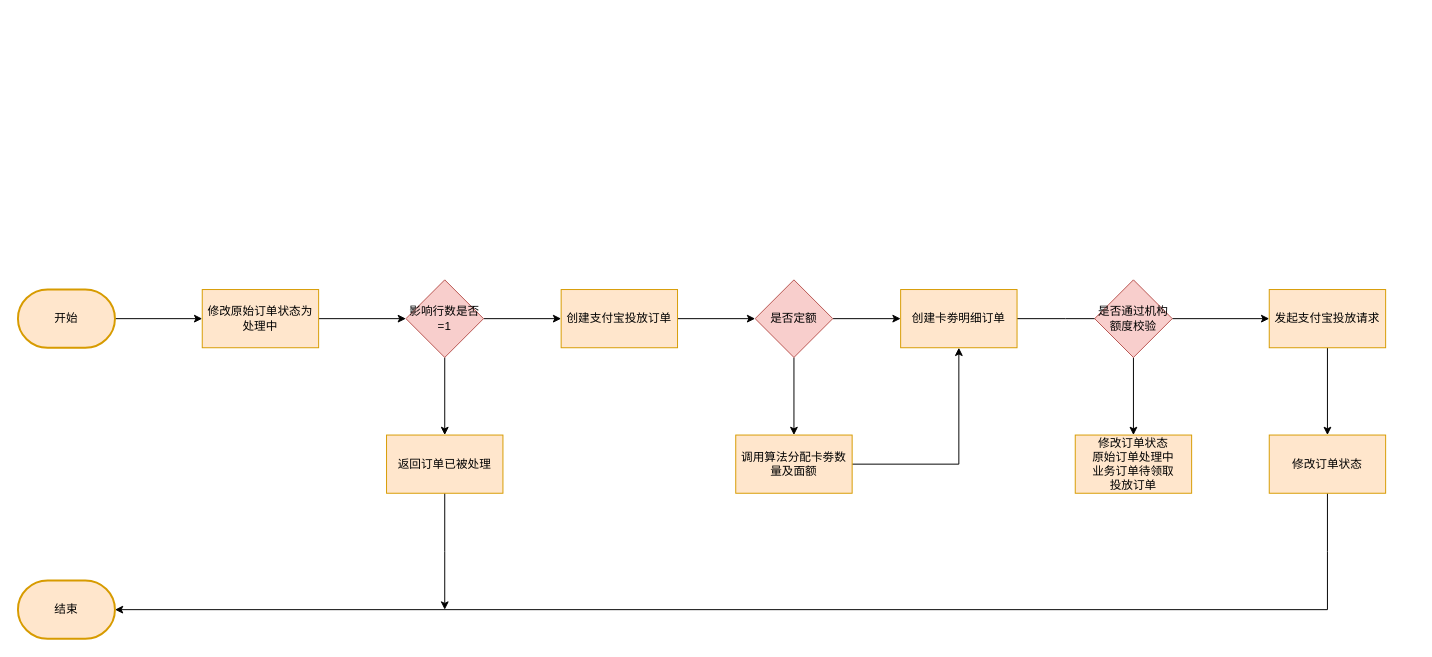
Earlier version of the draw.io diagram 支付宝投放流程.drawio (Jie33/draw). Source tidied: cells renumbered, new cells numbered last; positions are measured from the earlier drawing's top-left corner, leaving out a move shared by most shapes. Both pictures are drawn from the tidied source at 97%, with x=0, y=0 at pixel (17, 279).
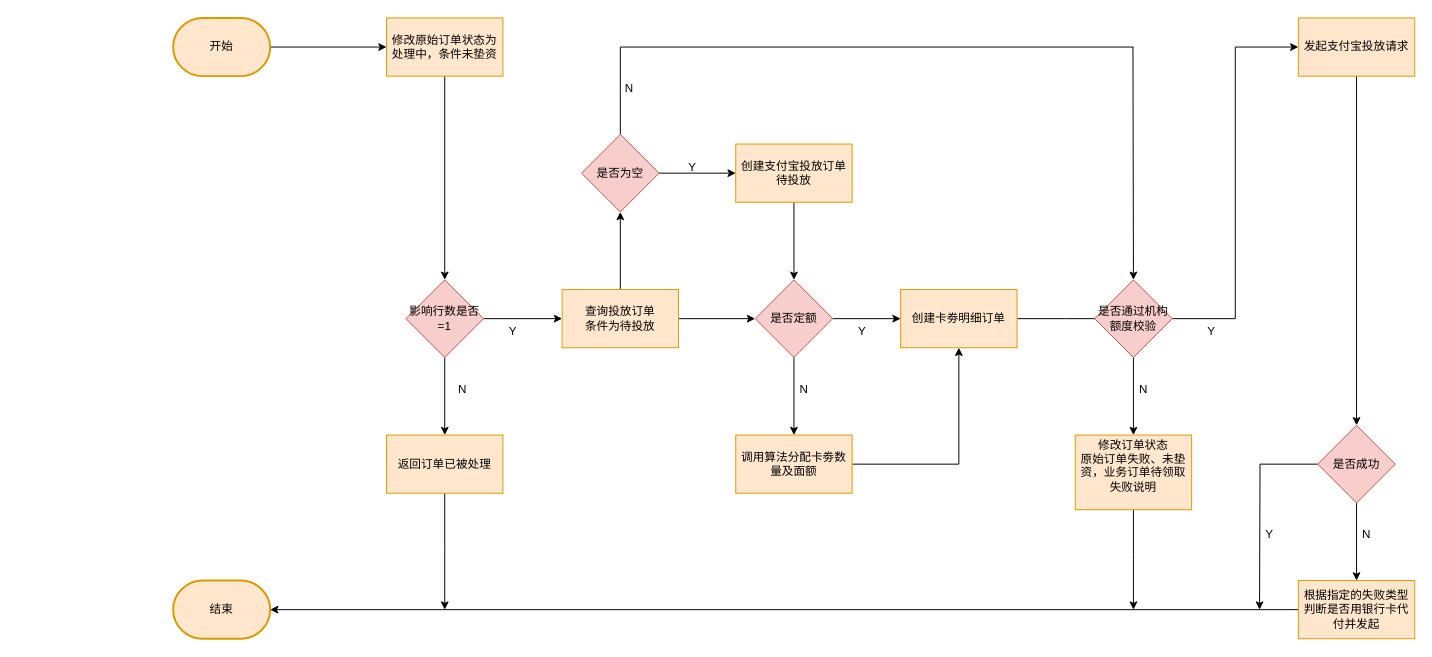
After the change.

Commit message (it also covers changes not shown here):
更新支付宝投放流程.drawio

Unchanged cells that the change refers to:
```xml
<mxCell id="10" value="是否定额" style="rhombus;whiteSpace=wrap;html=1;fillColor=#f8cecc;strokeColor=#b85450;" parent="1" vertex="1">
  <mxGeometry x="760" width="80" height="80" as="geometry" />
</mxCell>
<mxCell id="16" value="是否通过机构额度校验" style="rhombus;whiteSpace=wrap;html=1;fillColor=#f8cecc;strokeColor=#b85450;" parent="1" vertex="1">
  <mxGeometry x="1110" width="80" height="80" as="geometry" />
</mxCell>
<mxCell id="26" value="影响行数是否=1" style="rhombus;whiteSpace=wrap;html=1;fillColor=#f8cecc;strokeColor=#b85450;" parent="1" vertex="1">
  <mxGeometry x="400" width="80" height="80" as="geometry" />
</mxCell>
<mxCell id="28" value="返回订单已被处理" style="rounded=0;whiteSpace=wrap;html=1;fillColor=#ffe6cc;strokeColor=#d79b00;" parent="1" vertex="1">
  <mxGeometry x="380" y="160" width="120" height="60" as="geometry" />
</mxCell>
```

The edit, as a diff of the source:
```diff
@@
     <mxCell id="3" value="开始" style="strokeWidth=2;html=1;shape=mxgraph.flowchart.terminator;whiteSpace=wrap;fillColor=#ffe6cc;strokeColor=#d79b00;" parent="1" vertex="1">
-      <mxGeometry y="10" width="100" height="60" as="geometry" />
+      <mxGeometry x="160" y="-270" width="100" height="60" as="geometry" />
     </mxCell>
@@
+    <mxCell id="30" style="edgeStyle=orthogonalEdgeStyle;rounded=0;jettySize=auto;html=1;" parent="1" edge="1" source="5" target="37">
+      <mxGeometry relative="1" as="geometry" />
+    </mxCell>
-    <mxCell id="5" value="&lt;div&gt;&lt;div&gt;创建支付宝投放订单&lt;/div&gt;&lt;/div&gt;" style="rounded=0;whiteSpace=wrap;html=1;fillColor=#ffe6cc;strokeColor=#d79b00;" parent="1" vertex="1">
-      <mxGeometry x="560" y="10" width="120" height="60" as="geometry" />
+    <mxCell id="5" value="查询投放订单&lt;div&gt;条件为待投放&lt;/div&gt;" style="rounded=0;whiteSpace=wrap;html=1;fillColor=#ffe6cc;strokeColor=#d79b00;" parent="1" vertex="1">
+      <mxGeometry x="561" y="10" width="120" height="60" as="geometry" />
     </mxCell>
@@
     <mxCell id="13" value="结束" style="strokeWidth=2;html=1;shape=mxgraph.flowchart.terminator;whiteSpace=wrap;fillColor=#ffe6cc;strokeColor=#d79b00;" parent="1" vertex="1">
-      <mxGeometry y="310" width="100" height="60" as="geometry" />
+      <mxGeometry x="160" y="310" width="100" height="60" as="geometry" />
     </mxCell>
+    <mxCell id="15" style="edgeStyle=orthogonalEdgeStyle;rounded=0;jettySize=auto;html=1;" parent="1" edge="1" source="16" target="29">
+      <mxGeometry relative="1" as="geometry" />
+    </mxCell>
-    <mxCell id="14" style="edgeStyle=orthogonalEdgeStyle;rounded=0;jettySize=auto;html=1;" parent="1" edge="1" source="16" target="18">
+    <mxCell id="14" style="edgeStyle=orthogonalEdgeStyle;rounded=0;jettySize=auto;html=1;entryX=0;entryY=0.5;entryDx=0;entryDy=0;" parent="1" edge="1" source="16" target="18">
       <mxGeometry relative="1" as="geometry" />
     </mxCell>
-    <mxCell id="15" style="edgeStyle=orthogonalEdgeStyle;rounded=0;jettySize=auto;html=1;" parent="1" edge="1" source="16" target="29">
-      <mxGeometry relative="1" as="geometry" />
-    </mxCell>
@@
-    <mxCell id="17" style="edgeStyle=orthogonalEdgeStyle;rounded=0;jettySize=auto;html=1;" parent="1" edge="1" source="18" target="20">
-      <mxGeometry relative="1" as="geometry" />
-    </mxCell>
+    <mxCell id="31" style="edgeStyle=orthogonalEdgeStyle;rounded=0;jettySize=auto;html=1;" parent="1" edge="1" source="18" target="46">
+      <mxGeometry relative="1" as="geometry" />
+    </mxCell>
     <mxCell id="18" value="发起支付宝投放请求" style="rounded=0;whiteSpace=wrap;html=1;fillColor=#ffe6cc;strokeColor=#d79b00;" parent="1" vertex="1">
-      <mxGeometry x="1290" y="10" width="120" height="60" as="geometry" />
+      <mxGeometry x="1320" y="-270" width="120" height="60" as="geometry" />
     </mxCell>
-    <mxCell id="19" style="edgeStyle=orthogonalEdgeStyle;rounded=0;jettySize=auto;html=1;endArrow=none;endFill=0;" parent="1" edge="1" source="20">
-      <mxGeometry relative="1" as="geometry">
-        <mxPoint x="1350" y="340" as="targetPoint" />
-      </mxGeometry>
-    </mxCell>
-    <mxCell id="20" value="修改订单状态" style="rounded=0;whiteSpace=wrap;html=1;fillColor=#ffe6cc;strokeColor=#d79b00;" parent="1" vertex="1">
-      <mxGeometry x="1290" y="160" width="120" height="60" as="geometry" />
-    </mxCell>
-    <mxCell id="21" style="endArrow=classic;html=1;rounded=0;entryX=1;entryY=0.5;entryDx=0;entryDy=0;entryPerimeter=0;" parent="1" edge="1" target="13">
-      <mxGeometry relative="1" as="geometry">
-        <mxPoint x="1350" y="340" as="sourcePoint" />
-      </mxGeometry>
+    <mxCell id="21" style="endArrow=classic;html=1;rounded=0;entryX=1;entryY=0.5;entryDx=0;entryDy=0;entryPerimeter=0;exitX=0;exitY=0.5;exitDx=0;exitDy=0;" parent="1" edge="1" source="47" target="13">
+      <mxGeometry relative="1" as="geometry" />
     </mxCell>
@@
-    <mxCell id="23" value="修改原始订单状态为处理中" style="rounded=0;whiteSpace=wrap;html=1;fillColor=#ffe6cc;strokeColor=#d79b00;" parent="1" vertex="1">
-      <mxGeometry x="190" y="10" width="120" height="60" as="geometry" />
+    <mxCell id="23" value="修改原始订单状态为处理中，条件未垫资" style="rounded=0;whiteSpace=wrap;html=1;fillColor=#ffe6cc;strokeColor=#d79b00;" parent="1" vertex="1">
+      <mxGeometry x="380" y="-270" width="120" height="60" as="geometry" />
     </mxCell>
+    <mxCell id="25" style="edgeStyle=orthogonalEdgeStyle;rounded=0;jettySize=auto;html=1;" parent="1" edge="1" source="26" target="28">
+      <mxGeometry relative="1" as="geometry" />
+    </mxCell>
@@
-    <mxCell id="25" style="edgeStyle=orthogonalEdgeStyle;rounded=0;jettySize=auto;html=1;" parent="1" edge="1" source="26" target="28">
-      <mxGeometry relative="1" as="geometry" />
-    </mxCell>
@@
+    <mxCell id="32" style="edgeStyle=orthogonalEdgeStyle;rounded=0;jettySize=auto;html=1;" parent="1" edge="1" source="29">
+      <mxGeometry relative="1" as="geometry">
+        <mxPoint x="1150" y="340" as="targetPoint" />
+      </mxGeometry>
+    </mxCell>
-    <mxCell id="29" value="修改订单状态&lt;div&gt;原始订单处理中&lt;/div&gt;&lt;div&gt;业务订单待领取&lt;/div&gt;&lt;div&gt;投放订单&lt;/div&gt;" style="rounded=0;whiteSpace=wrap;html=1;fillColor=#ffe6cc;strokeColor=#d79b00;" parent="1" vertex="1">
-      <mxGeometry x="1090" y="160" width="120" height="60" as="geometry" />
+    <mxCell id="29" value="修改订单状态&lt;div&gt;原始订单失败、未垫资，&lt;span style=&quot;background-color: initial;&quot;&gt;业务订单待领取&lt;/span&gt;&lt;/div&gt;&lt;div&gt;&lt;span style=&quot;background-color: initial;&quot;&gt;失败说明&lt;/span&gt;&lt;/div&gt;&lt;div&gt;&lt;br&gt;&lt;/div&gt;" style="rounded=0;whiteSpace=wrap;html=1;fillColor=#ffe6cc;strokeColor=#d79b00;" parent="1" vertex="1">
+      <mxGeometry x="1090" y="160" width="120" height="77" as="geometry" />
     </mxCell>
+    <mxCell id="33" style="edgeStyle=orthogonalEdgeStyle;rounded=0;jettySize=auto;html=1;" parent="1" edge="1" source="34" target="10">
+      <mxGeometry relative="1" as="geometry" />
+    </mxCell>
+    <mxCell id="34" value="&lt;div&gt;创建支付宝投放订单&lt;/div&gt;&lt;span style=&quot;background-color: initial;&quot;&gt;待投放&lt;/span&gt;" style="rounded=0;whiteSpace=wrap;html=1;fillColor=#ffe6cc;strokeColor=#d79b00;" parent="1" vertex="1">
+      <mxGeometry x="740" y="-140" width="120" height="60" as="geometry" />
+    </mxCell>
+    <mxCell id="35" style="edgeStyle=orthogonalEdgeStyle;rounded=0;jettySize=auto;html=1;" parent="1" edge="1" source="37" target="34">
+      <mxGeometry relative="1" as="geometry" />
+    </mxCell>
+    <mxCell id="36" style="edgeStyle=orthogonalEdgeStyle;rounded=0;jettySize=auto;html=1;endArrow=none;endFill=0;" parent="1" edge="1" source="37">
+      <mxGeometry relative="1" as="geometry">
+        <mxPoint x="621" y="-240" as="targetPoint" />
+      </mxGeometry>
+    </mxCell>
+    <mxCell id="37" value="是否为空" style="rhombus;whiteSpace=wrap;html=1;fillColor=#f8cecc;strokeColor=#b85450;" parent="1" vertex="1">
+      <mxGeometry x="581" y="-150" width="80" height="80" as="geometry" />
+    </mxCell>
+    <mxCell id="38" value="Y" style="text;html=1;align=center;verticalAlign=middle;strokeColor=none;fillColor=none;" parent="1" vertex="1">
+      <mxGeometry x="495" y="38" width="30" height="30" as="geometry" />
+    </mxCell>
+    <mxCell id="39" value="N" style="text;html=1;align=center;verticalAlign=middle;strokeColor=none;fillColor=none;" parent="1" vertex="1">
+      <mxGeometry x="443" y="98" width="30" height="30" as="geometry" />
+    </mxCell>
+    <mxCell id="40" value="Y" style="text;html=1;align=center;verticalAlign=middle;strokeColor=none;fillColor=none;" parent="1" vertex="1">
+      <mxGeometry x="855" y="38" width="30" height="30" as="geometry" />
+    </mxCell>
+    <mxCell id="41" value="N" style="text;html=1;align=center;verticalAlign=middle;strokeColor=none;fillColor=none;" parent="1" vertex="1">
+      <mxGeometry x="795" y="98" width="30" height="30" as="geometry" />
+    </mxCell>
+    <mxCell id="42" value="Y" style="text;html=1;align=center;verticalAlign=middle;strokeColor=none;fillColor=none;" parent="1" vertex="1">
+      <mxGeometry x="1215" y="38" width="30" height="30" as="geometry" />
+    </mxCell>
+    <mxCell id="43" value="N" style="text;html=1;align=center;verticalAlign=middle;strokeColor=none;fillColor=none;" parent="1" vertex="1">
+      <mxGeometry x="1145" y="98" width="30" height="30" as="geometry" />
+    </mxCell>
+    <mxCell id="44" style="edgeStyle=orthogonalEdgeStyle;rounded=0;jettySize=auto;html=1;" parent="1" edge="1" source="46">
+      <mxGeometry relative="1" as="geometry">
+        <mxPoint x="1280" y="340" as="targetPoint" />
+      </mxGeometry>
+    </mxCell>
+    <mxCell id="45" style="edgeStyle=orthogonalEdgeStyle;rounded=0;jettySize=auto;html=1;" parent="1" edge="1" source="46" target="47">
+      <mxGeometry relative="1" as="geometry" />
+    </mxCell>
+    <mxCell id="46" value="是否成功" style="rhombus;whiteSpace=wrap;html=1;fillColor=#f8cecc;strokeColor=#b85450;" parent="1" vertex="1">
+      <mxGeometry x="1340" y="150" width="80" height="80" as="geometry" />
+    </mxCell>
+    <mxCell id="47" value="根据指定的失败类型判断是否用银行卡代付并发起" style="rounded=0;whiteSpace=wrap;html=1;fillColor=#ffe6cc;strokeColor=#d79b00;" parent="1" vertex="1">
+      <mxGeometry x="1320" y="310" width="120" height="60" as="geometry" />
+    </mxCell>
+    <mxCell id="48" value="Y" style="text;html=1;align=center;verticalAlign=middle;strokeColor=none;fillColor=none;" parent="1" vertex="1">
+      <mxGeometry x="1275" y="248" width="30" height="30" as="geometry" />
+    </mxCell>
+    <mxCell id="49" value="N" style="text;html=1;align=center;verticalAlign=middle;strokeColor=none;fillColor=none;" parent="1" vertex="1">
+      <mxGeometry x="1375" y="248" width="30" height="30" as="geometry" />
+    </mxCell>
+    <mxCell id="50" style="endArrow=none;html=1;rounded=0;endFill=0;" parent="1" edge="1">
+      <mxGeometry relative="1" as="geometry">
+        <mxPoint x="621" y="-240" as="sourcePoint" />
+        <mxPoint x="1150" y="-240" as="targetPoint" />
+      </mxGeometry>
+    </mxCell>
+    <mxCell id="51" style="endArrow=classic;html=1;rounded=0;entryX=0.5;entryY=0;entryDx=0;entryDy=0;" parent="1" edge="1" target="16">
+      <mxGeometry relative="1" as="geometry">
+        <mxPoint x="1149.5" y="-240" as="sourcePoint" />
+      </mxGeometry>
+    </mxCell>
+    <mxCell id="52" value="Y" style="text;html=1;align=center;verticalAlign=middle;strokeColor=none;fillColor=none;" parent="1" vertex="1">
+      <mxGeometry x="680" y="-131" width="30" height="30" as="geometry" />
+    </mxCell>
+    <mxCell id="53" value="N" style="text;html=1;align=center;verticalAlign=middle;strokeColor=none;fillColor=none;" parent="1" vertex="1">
+      <mxGeometry x="615" y="-212" width="30" height="30" as="geometry" />
+    </mxCell>
```
